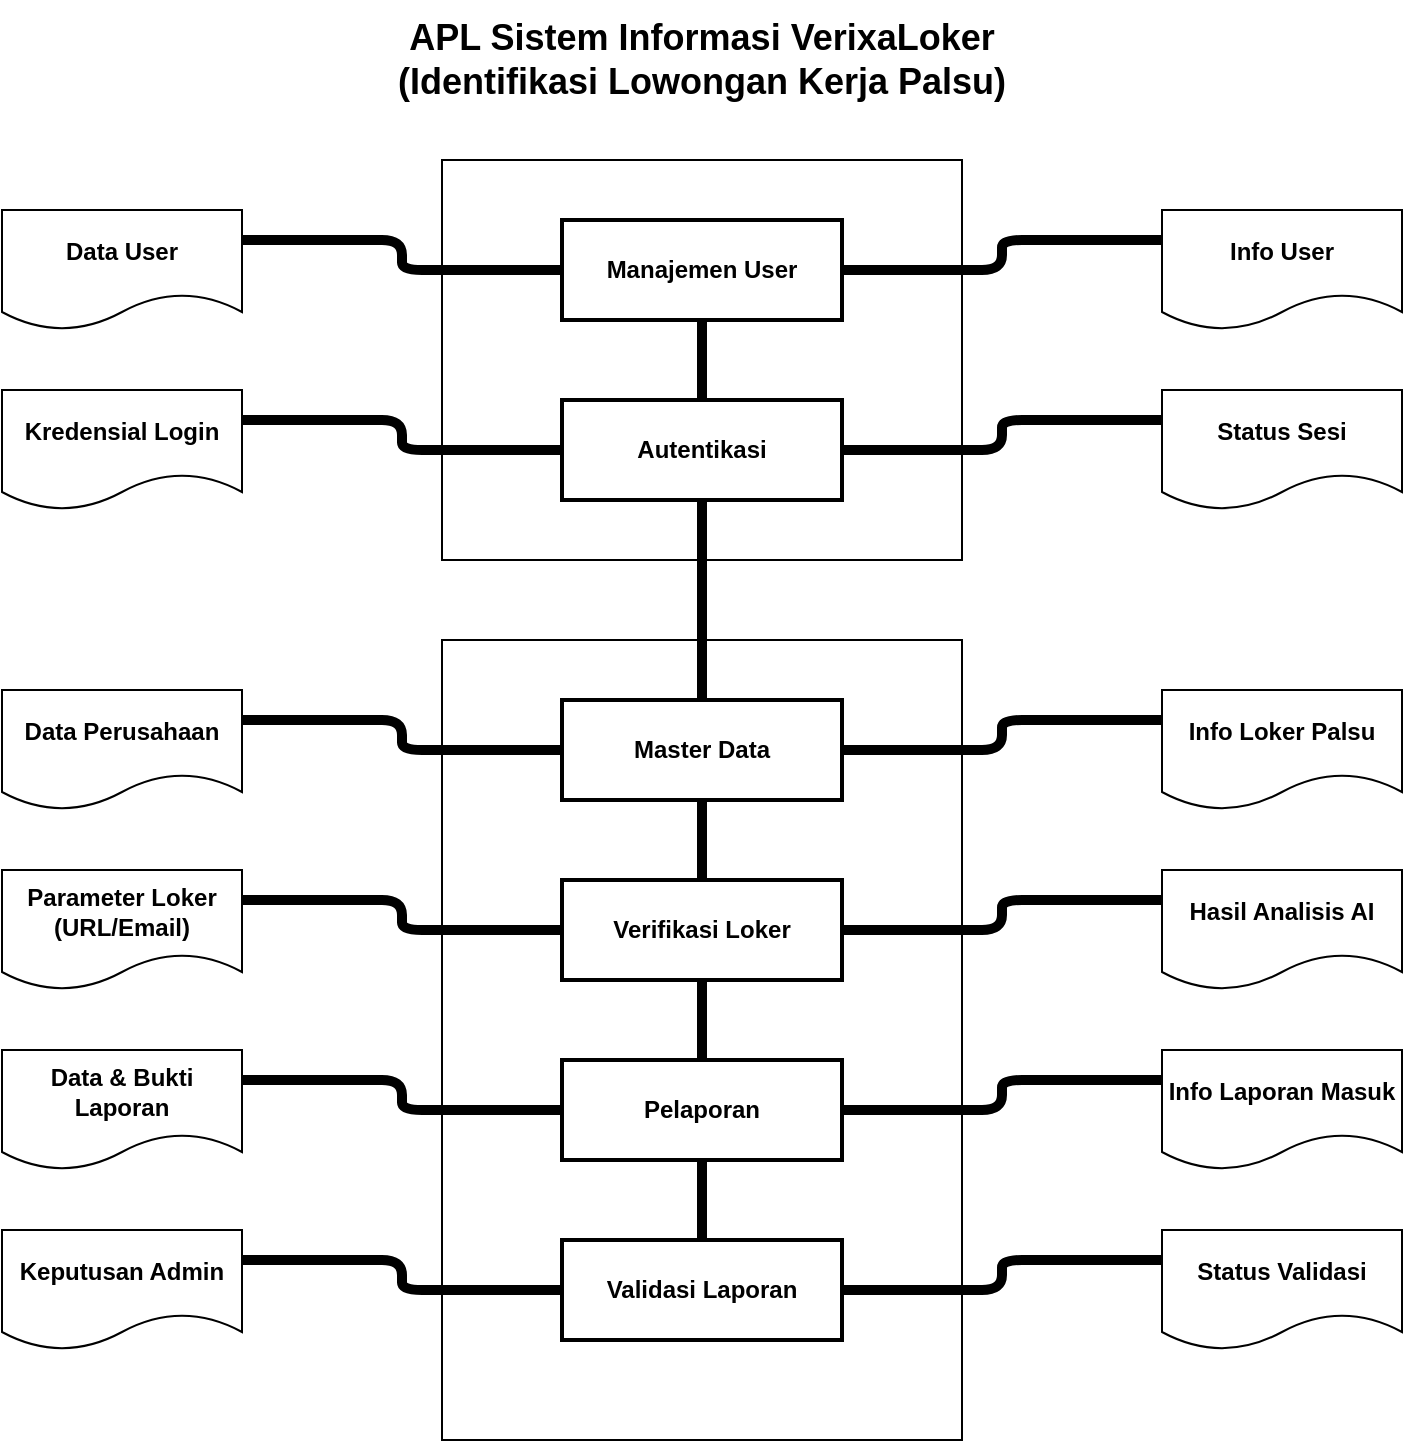
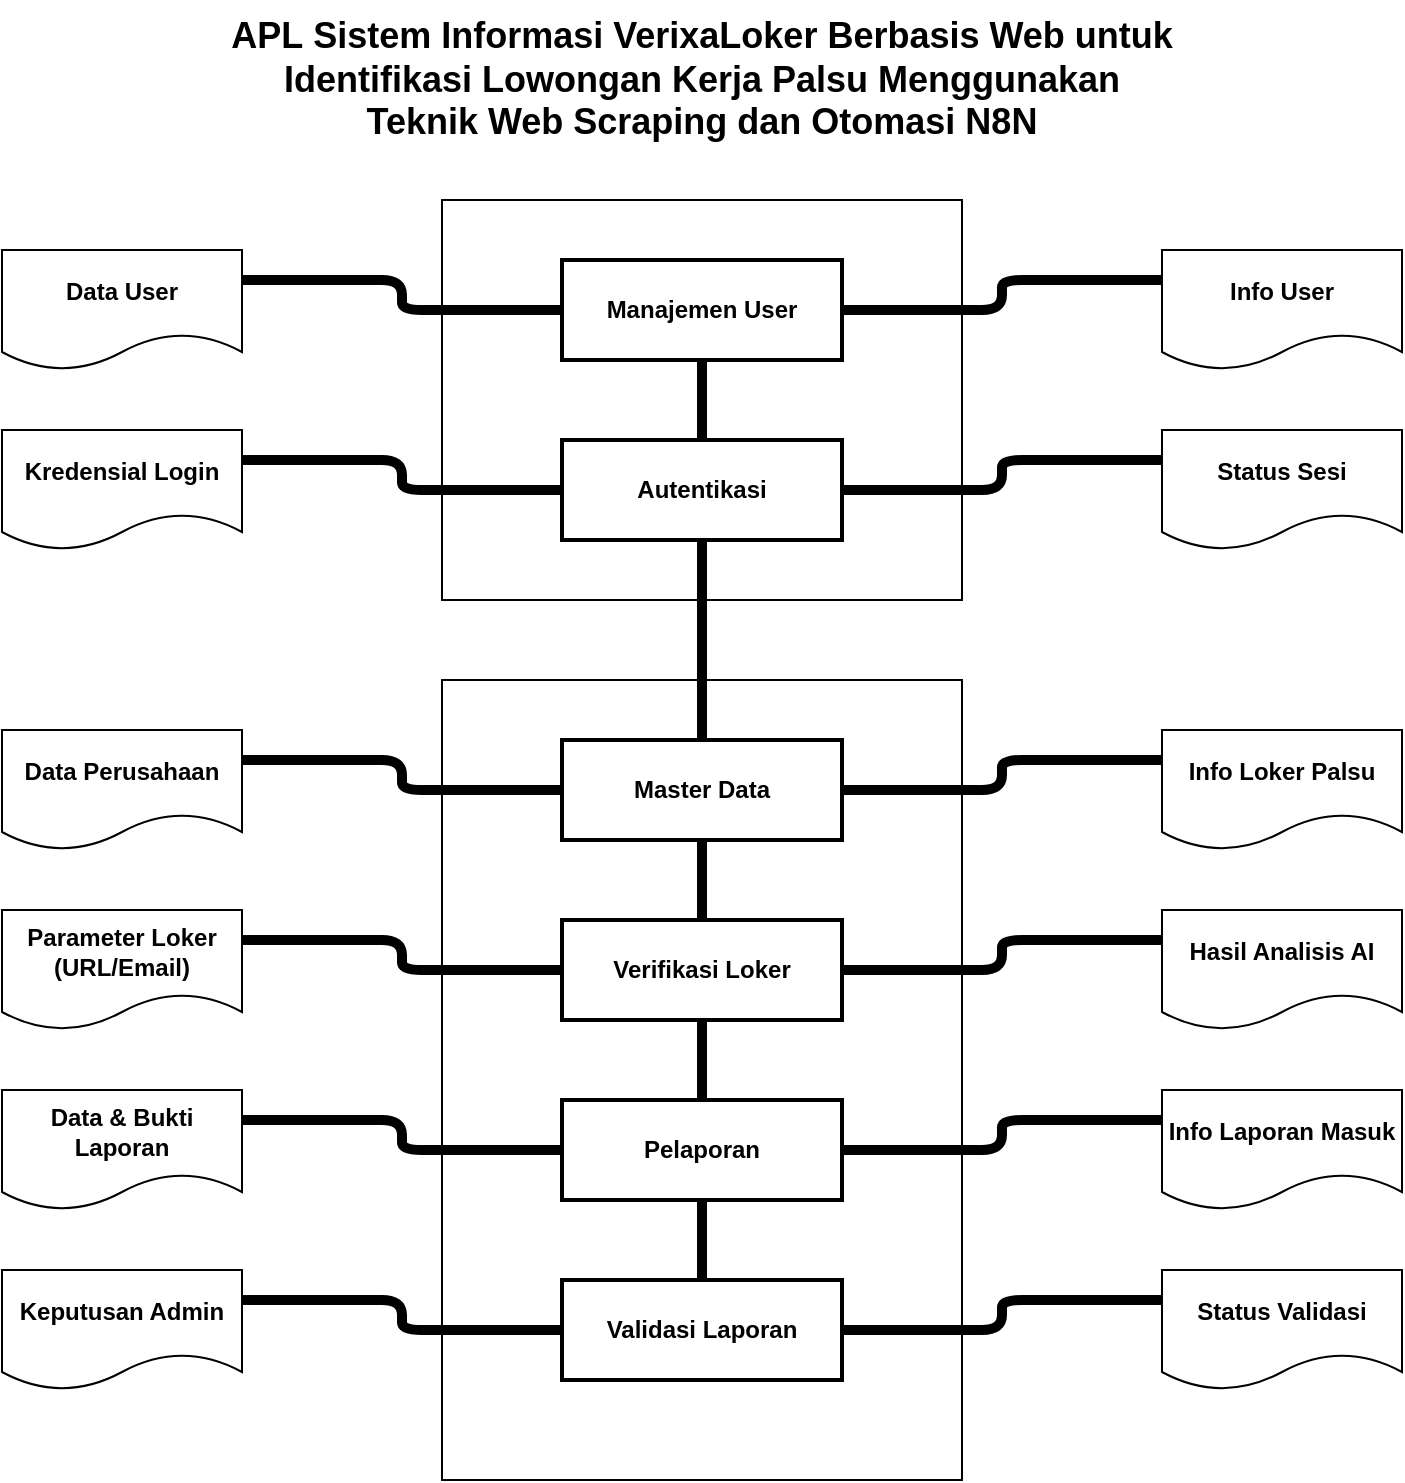
<mxfile host="app.diagrams.net">
  <diagram name="APL VerixaLoker" id="i-7SL1YVO0w94tZZ-Jdp">
    <mxGraphModel dx="1377" dy="751" grid="1" gridSize="10" guides="1" tooltips="1" connect="1" arrows="1" fold="1" page="1" pageScale="1" pageWidth="827" pageHeight="1169" math="0" shadow="0">
      <root>
        <mxCell id="0" />
        <mxCell id="1" parent="0" />
-         <mxCell id="0gd_UqL2Wvc8AEI8QQGb-2" parent="1" style="text;html=1;strokeColor=none;fillColor=none;align=center;verticalAlign=middle;whiteSpace=wrap;rounded=0;fontSize=18;fontStyle=1" value="APL Sistem Informasi VerixaLoker&#xa;(Identifikasi Lowongan Kerja Palsu)" vertex="1">
-           <mxGeometry height="60" width="400" x="640" y="220" as="geometry" />
+         <mxCell id="0gd_UqL2Wvc8AEI8QQGb-2" parent="1" style="text;html=1;strokeColor=none;fillColor=none;align=center;verticalAlign=middle;whiteSpace=wrap;rounded=0;fontSize=18;fontStyle=1" value="&lt;div style=&quot;&quot;&gt;&lt;span style=&quot;background-color: transparent; color: light-dark(rgb(0, 0, 0), rgb(255, 255, 255));&quot;&gt;APL&amp;nbsp;Sistem Informasi VerixaLoker Berbasis Web untuk Identifikasi Lowongan Kerja Palsu Menggunakan Teknik Web Scraping dan Otomasi N8N&lt;/span&gt;&lt;/div&gt;" vertex="1">
+           <mxGeometry height="80" width="480" x="600" y="200" as="geometry" />
        </mxCell>
        <mxCell id="0gd_UqL2Wvc8AEI8QQGb-3" parent="1" style="whiteSpace=wrap;html=1;fillColor=none;strokeColor=#000000;strokeWidth=1;" value="" vertex="1">
          <mxGeometry height="200" width="260" x="710" y="300" as="geometry" />
        </mxCell>
        <mxCell id="0gd_UqL2Wvc8AEI8QQGb-4" parent="1" style="whiteSpace=wrap;html=1;fillColor=none;strokeColor=#000000;strokeWidth=1;" value="" vertex="1">
          <mxGeometry height="400" width="260" x="710" y="540" as="geometry" />
        </mxCell>
        <mxCell id="0gd_UqL2Wvc8AEI8QQGb-5" edge="1" parent="1" source="0gd_UqL2Wvc8AEI8QQGb-10" style="endArrow=none;endFill=0;strokeWidth=5;" target="0gd_UqL2Wvc8AEI8QQGb-11">
          <mxGeometry relative="1" as="geometry" />
        </mxCell>
        <mxCell id="0gd_UqL2Wvc8AEI8QQGb-6" edge="1" parent="1" source="0gd_UqL2Wvc8AEI8QQGb-11" style="endArrow=none;endFill=0;strokeWidth=5;" target="0gd_UqL2Wvc8AEI8QQGb-12">
          <mxGeometry relative="1" as="geometry" />
        </mxCell>
        <mxCell id="0gd_UqL2Wvc8AEI8QQGb-7" edge="1" parent="1" source="0gd_UqL2Wvc8AEI8QQGb-12" style="endArrow=none;endFill=0;strokeWidth=5;" target="0gd_UqL2Wvc8AEI8QQGb-13">
          <mxGeometry relative="1" as="geometry" />
        </mxCell>
        <mxCell id="0gd_UqL2Wvc8AEI8QQGb-8" edge="1" parent="1" source="0gd_UqL2Wvc8AEI8QQGb-13" style="endArrow=none;endFill=0;strokeWidth=5;" target="0gd_UqL2Wvc8AEI8QQGb-14">
          <mxGeometry relative="1" as="geometry" />
        </mxCell>
        <mxCell id="0gd_UqL2Wvc8AEI8QQGb-9" edge="1" parent="1" source="0gd_UqL2Wvc8AEI8QQGb-14" style="endArrow=none;endFill=0;strokeWidth=5;" target="0gd_UqL2Wvc8AEI8QQGb-15">
          <mxGeometry relative="1" as="geometry" />
        </mxCell>
        <mxCell id="0gd_UqL2Wvc8AEI8QQGb-10" parent="1" style="rounded=0;whiteSpace=wrap;html=1;fontStyle=1;strokeWidth=2;" value="Manajemen User" vertex="1">
          <mxGeometry height="50" width="140" x="770" y="330" as="geometry" />
        </mxCell>
        <mxCell id="0gd_UqL2Wvc8AEI8QQGb-11" parent="1" style="rounded=0;whiteSpace=wrap;html=1;fontStyle=1;strokeWidth=2;" value="Autentikasi" vertex="1">
          <mxGeometry height="50" width="140" x="770" y="420" as="geometry" />
        </mxCell>
        <mxCell id="0gd_UqL2Wvc8AEI8QQGb-12" parent="1" style="rounded=0;whiteSpace=wrap;html=1;fontStyle=1;strokeWidth=2;" value="Master Data" vertex="1">
          <mxGeometry height="50" width="140" x="770" y="570" as="geometry" />
        </mxCell>
        <mxCell id="0gd_UqL2Wvc8AEI8QQGb-13" parent="1" style="rounded=0;whiteSpace=wrap;html=1;fontStyle=1;strokeWidth=2;" value="Verifikasi Loker" vertex="1">
          <mxGeometry height="50" width="140" x="770" y="660" as="geometry" />
        </mxCell>
        <mxCell id="0gd_UqL2Wvc8AEI8QQGb-14" parent="1" style="rounded=0;whiteSpace=wrap;html=1;fontStyle=1;strokeWidth=2;" value="Pelaporan" vertex="1">
          <mxGeometry height="50" width="140" x="770" y="750" as="geometry" />
        </mxCell>
        <mxCell id="0gd_UqL2Wvc8AEI8QQGb-15" parent="1" style="rounded=0;whiteSpace=wrap;html=1;fontStyle=1;strokeWidth=2;" value="Validasi Laporan" vertex="1">
          <mxGeometry height="50" width="140" x="770" y="840" as="geometry" />
        </mxCell>
        <mxCell id="0gd_UqL2Wvc8AEI8QQGb-16" parent="1" style="shape=document;whiteSpace=wrap;html=1;boundedLbl=1;fontStyle=1;strokeWidth=1;" value="Data User" vertex="1">
          <mxGeometry height="60" width="120" x="490" y="325" as="geometry" />
        </mxCell>
        <mxCell id="0gd_UqL2Wvc8AEI8QQGb-17" parent="1" style="shape=document;whiteSpace=wrap;html=1;boundedLbl=1;fontStyle=1;strokeWidth=1;" value="Kredensial Login" vertex="1">
          <mxGeometry height="60" width="120" x="490" y="415" as="geometry" />
        </mxCell>
        <mxCell id="0gd_UqL2Wvc8AEI8QQGb-18" parent="1" style="shape=document;whiteSpace=wrap;html=1;boundedLbl=1;fontStyle=1;strokeWidth=1;" value="Data Perusahaan" vertex="1">
          <mxGeometry height="60" width="120" x="490" y="565" as="geometry" />
        </mxCell>
        <mxCell id="0gd_UqL2Wvc8AEI8QQGb-19" parent="1" style="shape=document;whiteSpace=wrap;html=1;boundedLbl=1;fontStyle=1;strokeWidth=1;" value="Parameter Loker&#xa;(URL/Email)" vertex="1">
          <mxGeometry height="60" width="120" x="490" y="655" as="geometry" />
        </mxCell>
        <mxCell id="0gd_UqL2Wvc8AEI8QQGb-20" parent="1" style="shape=document;whiteSpace=wrap;html=1;boundedLbl=1;fontStyle=1;strokeWidth=1;" value="Data &amp; Bukti Laporan" vertex="1">
          <mxGeometry height="60" width="120" x="490" y="745" as="geometry" />
        </mxCell>
        <mxCell id="0gd_UqL2Wvc8AEI8QQGb-21" parent="1" style="shape=document;whiteSpace=wrap;html=1;boundedLbl=1;fontStyle=1;strokeWidth=1;" value="Keputusan Admin" vertex="1">
          <mxGeometry height="60" width="120" x="490" y="835" as="geometry" />
        </mxCell>
        <mxCell id="0gd_UqL2Wvc8AEI8QQGb-22" parent="1" style="shape=document;whiteSpace=wrap;html=1;boundedLbl=1;fontStyle=1;strokeWidth=1;" value="Info User" vertex="1">
          <mxGeometry height="60" width="120" x="1070" y="325" as="geometry" />
        </mxCell>
        <mxCell id="0gd_UqL2Wvc8AEI8QQGb-23" parent="1" style="shape=document;whiteSpace=wrap;html=1;boundedLbl=1;fontStyle=1;strokeWidth=1;" value="Status Sesi" vertex="1">
          <mxGeometry height="60" width="120" x="1070" y="415" as="geometry" />
        </mxCell>
        <mxCell id="0gd_UqL2Wvc8AEI8QQGb-24" parent="1" style="shape=document;whiteSpace=wrap;html=1;boundedLbl=1;fontStyle=1;strokeWidth=1;" value="Info Loker Palsu" vertex="1">
          <mxGeometry height="60" width="120" x="1070" y="565" as="geometry" />
        </mxCell>
        <mxCell id="0gd_UqL2Wvc8AEI8QQGb-25" parent="1" style="shape=document;whiteSpace=wrap;html=1;boundedLbl=1;fontStyle=1;strokeWidth=1;" value="Hasil Analisis AI" vertex="1">
          <mxGeometry height="60" width="120" x="1070" y="655" as="geometry" />
        </mxCell>
        <mxCell id="0gd_UqL2Wvc8AEI8QQGb-26" parent="1" style="shape=document;whiteSpace=wrap;html=1;boundedLbl=1;fontStyle=1;strokeWidth=1;" value="Info Laporan Masuk" vertex="1">
          <mxGeometry height="60" width="120" x="1070" y="745" as="geometry" />
        </mxCell>
        <mxCell id="0gd_UqL2Wvc8AEI8QQGb-27" parent="1" style="shape=document;whiteSpace=wrap;html=1;boundedLbl=1;fontStyle=1;strokeWidth=1;" value="Status Validasi" vertex="1">
          <mxGeometry height="60" width="120" x="1070" y="835" as="geometry" />
        </mxCell>
        <mxCell id="0gd_UqL2Wvc8AEI8QQGb-28" edge="1" parent="1" source="0gd_UqL2Wvc8AEI8QQGb-16" style="endArrow=none;endFill=0;strokeWidth=5;exitX=1;exitY=0.25;exitDx=0;exitDy=0;edgeStyle=orthogonalEdgeStyle;" target="0gd_UqL2Wvc8AEI8QQGb-10">
          <mxGeometry relative="1" as="geometry" />
        </mxCell>
        <mxCell id="0gd_UqL2Wvc8AEI8QQGb-29" edge="1" parent="1" source="0gd_UqL2Wvc8AEI8QQGb-17" style="endArrow=none;endFill=0;strokeWidth=5;edgeStyle=orthogonalEdgeStyle;exitX=1;exitY=0.25;exitDx=0;exitDy=0;" target="0gd_UqL2Wvc8AEI8QQGb-11">
          <mxGeometry relative="1" as="geometry" />
        </mxCell>
        <mxCell id="0gd_UqL2Wvc8AEI8QQGb-30" edge="1" parent="1" source="0gd_UqL2Wvc8AEI8QQGb-18" style="endArrow=none;endFill=0;strokeWidth=5;edgeStyle=orthogonalEdgeStyle;exitX=1;exitY=0.25;exitDx=0;exitDy=0;" target="0gd_UqL2Wvc8AEI8QQGb-12">
          <mxGeometry relative="1" as="geometry" />
        </mxCell>
        <mxCell id="0gd_UqL2Wvc8AEI8QQGb-31" edge="1" parent="1" source="0gd_UqL2Wvc8AEI8QQGb-19" style="endArrow=none;endFill=0;strokeWidth=5;edgeStyle=orthogonalEdgeStyle;exitX=1;exitY=0.25;exitDx=0;exitDy=0;" target="0gd_UqL2Wvc8AEI8QQGb-13">
          <mxGeometry relative="1" as="geometry" />
        </mxCell>
        <mxCell id="0gd_UqL2Wvc8AEI8QQGb-32" edge="1" parent="1" source="0gd_UqL2Wvc8AEI8QQGb-20" style="endArrow=none;endFill=0;strokeWidth=5;edgeStyle=orthogonalEdgeStyle;exitX=1;exitY=0.25;exitDx=0;exitDy=0;" target="0gd_UqL2Wvc8AEI8QQGb-14">
          <mxGeometry relative="1" as="geometry" />
        </mxCell>
        <mxCell id="0gd_UqL2Wvc8AEI8QQGb-33" edge="1" parent="1" source="0gd_UqL2Wvc8AEI8QQGb-21" style="endArrow=none;endFill=0;strokeWidth=5;edgeStyle=orthogonalEdgeStyle;exitX=1;exitY=0.25;exitDx=0;exitDy=0;" target="0gd_UqL2Wvc8AEI8QQGb-15">
          <mxGeometry relative="1" as="geometry" />
        </mxCell>
        <mxCell id="0gd_UqL2Wvc8AEI8QQGb-34" edge="1" parent="1" source="0gd_UqL2Wvc8AEI8QQGb-10" style="endArrow=none;endFill=0;strokeWidth=5;entryX=0;entryY=0.25;entryDx=0;entryDy=0;edgeStyle=orthogonalEdgeStyle;" target="0gd_UqL2Wvc8AEI8QQGb-22">
          <mxGeometry relative="1" as="geometry" />
        </mxCell>
        <mxCell id="0gd_UqL2Wvc8AEI8QQGb-35" edge="1" parent="1" source="0gd_UqL2Wvc8AEI8QQGb-11" style="endArrow=none;endFill=0;strokeWidth=5;edgeStyle=orthogonalEdgeStyle;entryX=0;entryY=0.25;entryDx=0;entryDy=0;" target="0gd_UqL2Wvc8AEI8QQGb-23">
          <mxGeometry relative="1" as="geometry" />
        </mxCell>
        <mxCell id="0gd_UqL2Wvc8AEI8QQGb-36" edge="1" parent="1" source="0gd_UqL2Wvc8AEI8QQGb-12" style="endArrow=none;endFill=0;strokeWidth=5;edgeStyle=orthogonalEdgeStyle;entryX=0;entryY=0.25;entryDx=0;entryDy=0;" target="0gd_UqL2Wvc8AEI8QQGb-24">
          <mxGeometry relative="1" as="geometry" />
        </mxCell>
        <mxCell id="0gd_UqL2Wvc8AEI8QQGb-37" edge="1" parent="1" source="0gd_UqL2Wvc8AEI8QQGb-13" style="endArrow=none;endFill=0;strokeWidth=5;edgeStyle=orthogonalEdgeStyle;entryX=0;entryY=0.25;entryDx=0;entryDy=0;" target="0gd_UqL2Wvc8AEI8QQGb-25">
          <mxGeometry relative="1" as="geometry" />
        </mxCell>
        <mxCell id="0gd_UqL2Wvc8AEI8QQGb-38" edge="1" parent="1" source="0gd_UqL2Wvc8AEI8QQGb-14" style="endArrow=none;endFill=0;strokeWidth=5;edgeStyle=orthogonalEdgeStyle;entryX=0;entryY=0.25;entryDx=0;entryDy=0;" target="0gd_UqL2Wvc8AEI8QQGb-26">
          <mxGeometry relative="1" as="geometry" />
        </mxCell>
        <mxCell id="0gd_UqL2Wvc8AEI8QQGb-39" edge="1" parent="1" source="0gd_UqL2Wvc8AEI8QQGb-15" style="endArrow=none;endFill=0;strokeWidth=5;edgeStyle=orthogonalEdgeStyle;entryX=0;entryY=0.25;entryDx=0;entryDy=0;" target="0gd_UqL2Wvc8AEI8QQGb-27">
          <mxGeometry relative="1" as="geometry" />
        </mxCell>
      </root>
    </mxGraphModel>
  </diagram>
</mxfile>
